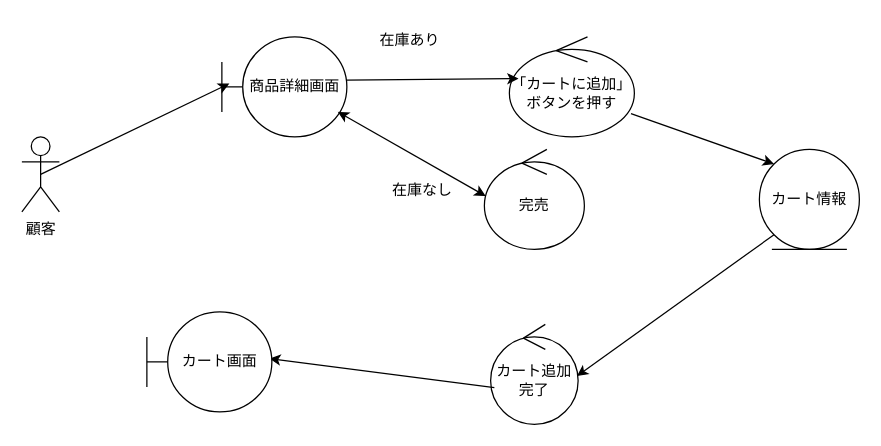
This is group/3-3_総合演習1_BBショップ注文管理システム/ロバストネス図/lo_c_04_cartadd.drawio from ko246/ohara_uml, a draw.io file, before an edit. Source tidied: cells renumbered, new cells numbered last; positions are measured from the earlier drawing's top-left corner, leaving out a move shared by most shapes. Both pictures are drawn from the tidied source at 125%, with x=0, y=0 at pixel (21, 21).
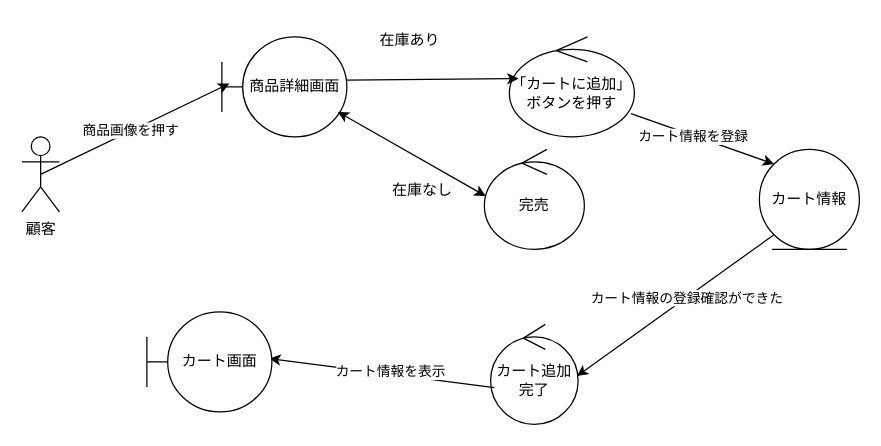
The same page after the edit.

Commit message (it also covers changes not shown here):
ロバストネス図修正

The change refers to these unchanged cells:
```xml
<mxCell id="8" style="endArrow=classic;html=1;exitX=0.973;exitY=0.767;exitDx=0;exitDy=0;exitPerimeter=0;entryX=0;entryY=0;entryDx=0;entryDy=0;" parent="1" edge="1" source="4" target="5">
  <mxGeometry relative="1" as="geometry" />
</mxCell>
<mxCell id="9" style="endArrow=classic;html=1;exitX=0;exitY=1;exitDx=0;exitDy=0;entryX=0.986;entryY=0.517;entryDx=0;entryDy=0;entryPerimeter=0;" parent="1" edge="1" source="5" target="6">
  <mxGeometry relative="1" as="geometry" />
</mxCell>
<mxCell id="10" style="endArrow=classic;html=1;exitX=0.043;exitY=0.633;exitDx=0;exitDy=0;exitPerimeter=0;entryX=0.98;entryY=0.467;entryDx=0;entryDy=0;entryPerimeter=0;" parent="1" edge="1" source="6" target="12">
  <mxGeometry relative="1" as="geometry" />
</mxCell>
<mxCell id="11" style="endArrow=classic;html=1;exitX=0.5;exitY=0.5;exitDx=0;exitDy=0;exitPerimeter=0;entryX=0.06;entryY=0.467;entryDx=0;entryDy=0;entryPerimeter=0;" parent="1" edge="1" source="2" target="3">
  <mxGeometry relative="1" as="geometry" />
</mxCell>
```

Diff of the diagram source:
```diff
@@
+    <mxCell id="17" value="カート情報を登録" style="edgeLabel;html=1;align=center;verticalAlign=middle;" parent="8" vertex="1">
+      <mxGeometry x="-0.12" y="-1" relative="1" as="geometry" />
+    </mxCell>
@@
+    <mxCell id="18" value="カート情報の登録確認ができた" style="edgeLabel;html=1;align=center;verticalAlign=middle;" parent="9" vertex="1">
+      <mxGeometry x="-0.11" relative="1" as="geometry" />
+    </mxCell>
@@
+    <mxCell id="19" value="カート情報を表示" style="edgeLabel;html=1;align=center;verticalAlign=middle;" parent="10" vertex="1">
+      <mxGeometry x="-0.07" y="-2" relative="1" as="geometry" />
+    </mxCell>
@@
+    <mxCell id="20" value="商品画像を押す" style="edgeLabel;html=1;align=center;verticalAlign=middle;" parent="11" vertex="1">
+      <mxGeometry x="-0.04" y="1" relative="1" as="geometry" />
+    </mxCell>
@@
+    <mxCell id="21" value="&lt;div&gt;&lt;br&gt;&lt;/div&gt;&lt;div&gt;&lt;br&gt;&lt;/div&gt;" style="text;html=1;align=center;verticalAlign=middle;strokeColor=none;fillColor=none;" parent="1" vertex="1">
+      <mxGeometry x="550" y="55" width="20" height="40" as="geometry" />
+    </mxCell>
```
